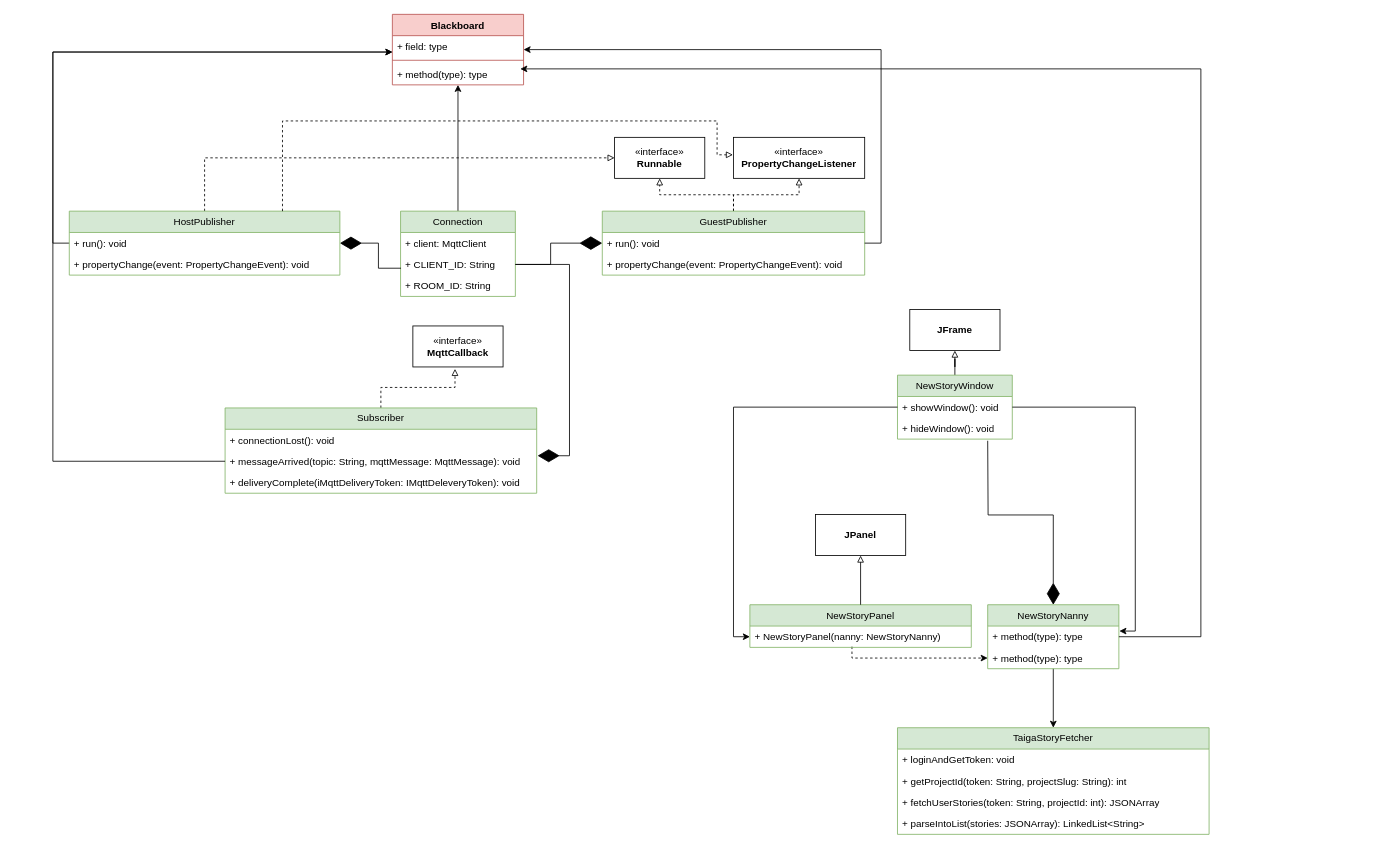
owen-mcmanus/A5-Poker keeps this draw.io diagram as PlanItPoker.drawio. Above is the earlier version. Source tidied: cells renumbered, new cells numbered last; positions are measured from the earlier drawing's top-left corner, leaving out a move shared by most shapes. Both pictures are drawn from the tidied source at 82%, with x=0, y=0 at pixel (52, 14).
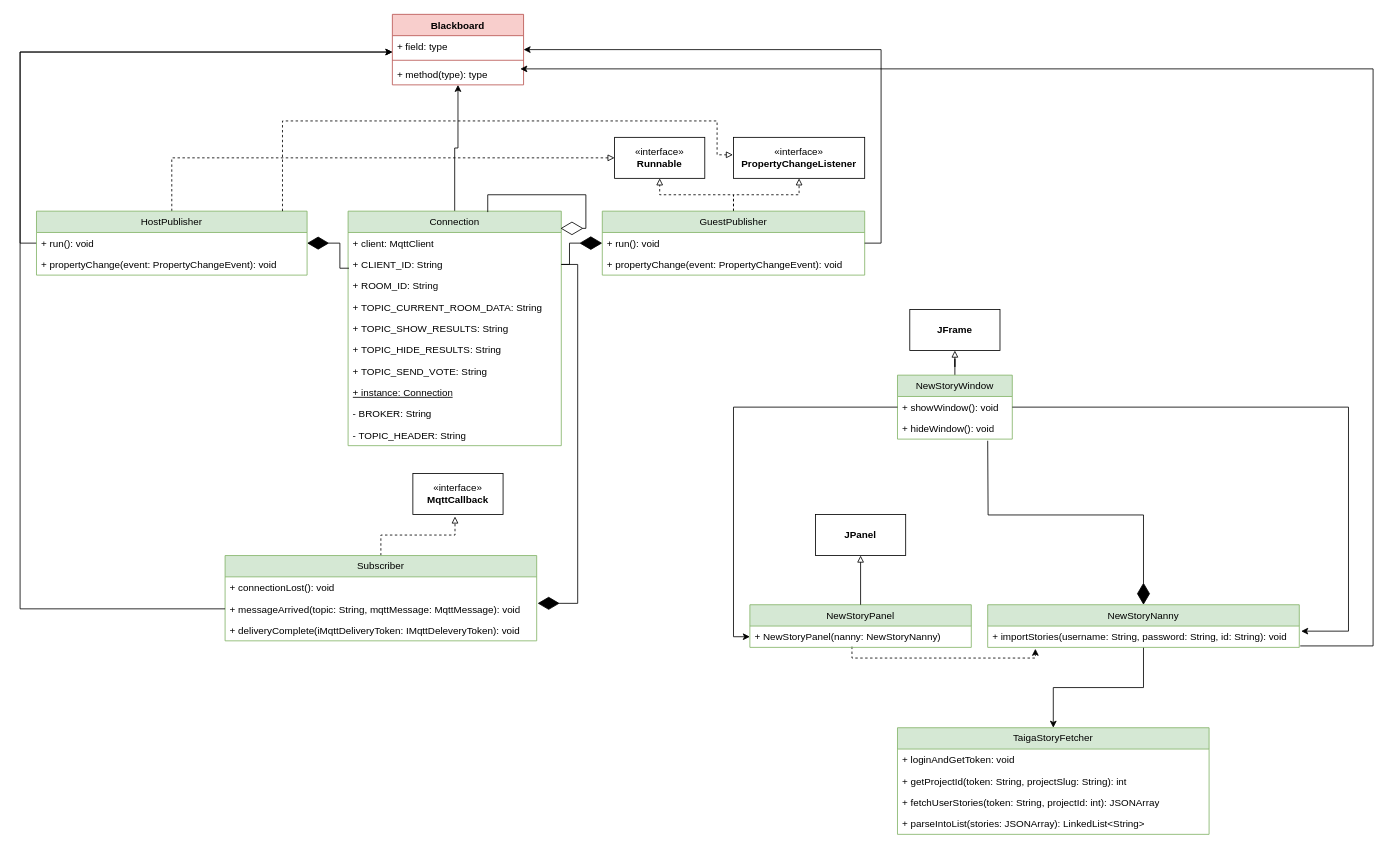
The same diagram, later.

Unchanged cells that the change refers to:
```xml
<mxCell id="26" value="+ messageArrived(topic: String, mqttMessage: MqttMessage): void" style="text;strokeColor=none;fillColor=none;align=left;verticalAlign=top;spacingLeft=4;spacingRight=4;overflow=hidden;points=[[0,0.5],[1,0.5]];portConstraint=eastwest;whiteSpace=wrap;html=1;" parent="24" vertex="1">
  <mxGeometry y="52" width="380" height="26" as="geometry" />
</mxCell>
<mxCell id="30" value="+ field: type" style="text;strokeColor=none;fillColor=none;align=left;verticalAlign=top;spacingLeft=4;spacingRight=4;overflow=hidden;points=[[0,0.5],[1,0.5]];portConstraint=eastwest;whiteSpace=wrap;html=1;" parent="29" vertex="1">
  <mxGeometry y="26" width="160" height="26" as="geometry" />
</mxCell>
<mxCell id="32" value="+ method(type): type" style="text;strokeColor=none;fillColor=none;align=left;verticalAlign=top;spacingLeft=4;spacingRight=4;overflow=hidden;points=[[0,0.5],[1,0.5]];portConstraint=eastwest;whiteSpace=wrap;html=1;" parent="29" vertex="1">
  <mxGeometry y="60" width="160" height="26" as="geometry" />
</mxCell>
<mxCell id="36" value="NewStoryWindow" style="swimlane;fontStyle=0;horizontal=1;startSize=26;fillColor=#d5e8d4;whiteSpace=wrap;html=1;strokeColor=#82b366;" parent="1" vertex="1">
  <mxGeometry x="1030" y="440" width="140" height="78" as="geometry" />
</mxCell>
<mxCell id="42" value="+ NewStoryPanel(nanny: NewStoryNanny)" style="text;strokeColor=none;fillColor=none;align=left;verticalAlign=top;spacingLeft=4;spacingRight=4;overflow=hidden;points=[[0,0.5],[1,0.5]];portConstraint=eastwest;whiteSpace=wrap;html=1;" parent="41" vertex="1">
  <mxGeometry y="26" width="270" height="26" as="geometry" />
</mxCell>
```

The edit, as a diff of the source:
```diff
@@
-    <mxCell id="3" value="Connection" style="swimlane;fontStyle=0;horizontal=1;startSize=26;fillColor=#d5e8d4;whiteSpace=wrap;html=1;strokeColor=#82b366;" parent="1" vertex="1">
-      <mxGeometry x="424" y="240" width="140" height="104" as="geometry" />
+    <mxCell id="3" value="Connection" style="swimlane;fontStyle=0;horizontal=1;startSize=26;fillColor=#d5e8d4;whiteSpace=wrap;html=1;strokeColor=#82b366;direction=east;" parent="1" vertex="1">
+      <mxGeometry x="360" y="240" width="260" height="286" as="geometry" />
     </mxCell>
     <mxCell id="4" value="+ client: MqttClient" style="text;strokeColor=none;fillColor=none;align=left;verticalAlign=top;spacingLeft=4;spacingRight=4;overflow=hidden;whiteSpace=wrap;html=1;" parent="3" vertex="1">
-      <mxGeometry y="26" width="140" height="26" as="geometry" />
+      <mxGeometry y="26" width="260" height="26" as="geometry" />
     </mxCell>
     <mxCell id="5" value="+ CLIENT_ID: String" style="text;strokeColor=none;fillColor=none;align=left;verticalAlign=top;spacingLeft=4;spacingRight=4;overflow=hidden;points=[[0,0.5],[1,0.5]];portConstraint=eastwest;whiteSpace=wrap;html=1;" parent="3" vertex="1">
-      <mxGeometry y="52" width="140" height="26" as="geometry" />
+      <mxGeometry y="52" width="260" height="26" as="geometry" />
     </mxCell>
     <mxCell id="6" value="&lt;div&gt;+ ROOM_ID: String&lt;/div&gt;" style="text;strokeColor=none;fillColor=none;align=left;verticalAlign=top;spacingLeft=4;spacingRight=4;overflow=hidden;whiteSpace=wrap;html=1;" parent="3" vertex="1">
-      <mxGeometry y="78" width="140" height="26" as="geometry" />
+      <mxGeometry y="78" width="260" height="26" as="geometry" />
     </mxCell>
+    <mxCell id="58" value="&lt;div&gt;+ TOPIC_CURRENT_ROOM_DATA: String&lt;/div&gt;" style="text;strokeColor=none;fillColor=none;align=left;verticalAlign=top;spacingLeft=4;spacingRight=4;overflow=hidden;whiteSpace=wrap;html=1;" parent="3" vertex="1">
+      <mxGeometry y="104" width="260" height="26" as="geometry" />
+    </mxCell>
+    <mxCell id="59" value="&lt;div&gt;+ TOPIC_SHOW_RESULTS: String&lt;/div&gt;" style="text;strokeColor=none;fillColor=none;align=left;verticalAlign=top;spacingLeft=4;spacingRight=4;overflow=hidden;whiteSpace=wrap;html=1;" parent="3" vertex="1">
+      <mxGeometry y="130" width="260" height="26" as="geometry" />
+    </mxCell>
+    <mxCell id="60" value="&lt;div&gt;+ TOPIC_HIDE_RESULTS: String&lt;/div&gt;" style="text;strokeColor=none;fillColor=none;align=left;verticalAlign=top;spacingLeft=4;spacingRight=4;overflow=hidden;whiteSpace=wrap;html=1;" parent="3" vertex="1">
+      <mxGeometry y="156" width="260" height="26" as="geometry" />
+    </mxCell>
+    <mxCell id="61" value="&lt;div&gt;+ TOPIC_SEND_VOTE: String&lt;/div&gt;" style="text;strokeColor=none;fillColor=none;align=left;verticalAlign=top;spacingLeft=4;spacingRight=4;overflow=hidden;whiteSpace=wrap;html=1;" parent="3" vertex="1">
+      <mxGeometry y="182" width="260" height="26" as="geometry" />
+    </mxCell>
+    <mxCell id="62" value="&lt;div&gt;&lt;u&gt;+ instance: Connection&lt;/u&gt;&lt;/div&gt;" style="text;strokeColor=none;fillColor=none;align=left;verticalAlign=top;spacingLeft=4;spacingRight=4;overflow=hidden;whiteSpace=wrap;html=1;" parent="3" vertex="1">
+      <mxGeometry y="208" width="260" height="26" as="geometry" />
+    </mxCell>
+    <mxCell id="63" value="&lt;div&gt;- BROKER: String&lt;/div&gt;" style="text;strokeColor=none;fillColor=none;align=left;verticalAlign=top;spacingLeft=4;spacingRight=4;overflow=hidden;whiteSpace=wrap;html=1;" parent="3" vertex="1">
+      <mxGeometry y="234" width="260" height="26" as="geometry" />
+    </mxCell>
+    <mxCell id="64" value="&lt;div&gt;- TOPIC_HEADER: String&lt;/div&gt;" style="text;strokeColor=none;fillColor=none;align=left;verticalAlign=top;spacingLeft=4;spacingRight=4;overflow=hidden;whiteSpace=wrap;html=1;" parent="3" vertex="1">
+      <mxGeometry y="260" width="260" height="26" as="geometry" />
+    </mxCell>
@@
     <mxCell id="18" value="HostPublisher" style="swimlane;fontStyle=0;horizontal=1;startSize=26;fillColor=#d5e8d4;whiteSpace=wrap;html=1;strokeColor=#82b366;" parent="1" vertex="1">
-      <mxGeometry x="20" y="240" width="330" height="78" as="geometry" />
+      <mxGeometry x="-20" y="240" width="330" height="78" as="geometry" />
     </mxCell>
@@
     <mxCell id="24" value="Subscriber" style="swimlane;fontStyle=0;horizontal=1;startSize=26;fillColor=#d5e8d4;whiteSpace=wrap;html=1;strokeColor=#82b366;" parent="1" vertex="1">
-      <mxGeometry x="210" y="480" width="380" height="104" as="geometry" />
+      <mxGeometry x="210" y="660" width="380" height="104" as="geometry" />
     </mxCell>
@@
     <mxCell id="28" value="«interface»&lt;br&gt;&lt;b&gt;MqttCallback&lt;/b&gt;" style="html=1;whiteSpace=wrap;" parent="1" vertex="1">
-      <mxGeometry x="439" y="380" width="110" height="50" as="geometry" />
+      <mxGeometry x="439" y="560" width="110" height="50" as="geometry" />
     </mxCell>
@@
     <mxCell id="34" style="edgeStyle=orthogonalEdgeStyle;rounded=0;jettySize=auto;html=1;entryX=0;entryY=0.769;entryDx=0;entryDy=0;entryPerimeter=0;exitX=0;exitY=0.5;exitDx=0;exitDy=0;" parent="1" edge="1" source="26" target="30">
       <mxGeometry relative="1" as="geometry">
         <Array as="points">
-          <mxPoint y="545" />
-          <mxPoint y="46" />
+          <mxPoint x="-40" y="725" />
+          <mxPoint x="-40" y="46" />
         </Array>
       </mxGeometry>
     </mxCell>
@@
-    <mxCell id="40" style="edgeStyle=orthogonalEdgeStyle;rounded=0;jettySize=auto;html=1;dashed=1;exitX=0.461;exitY=0.964;exitDx=0;exitDy=0;exitPerimeter=0;entryX=0;entryY=0.5;entryDx=0;entryDy=0;" parent="1" edge="1" source="42" target="47">
+    <mxCell id="40" style="edgeStyle=orthogonalEdgeStyle;rounded=0;jettySize=auto;html=1;dashed=1;exitX=0.461;exitY=0.964;exitDx=0;exitDy=0;exitPerimeter=0;entryX=0.153;entryY=1.064;entryDx=0;entryDy=0;entryPerimeter=0;" parent="1" edge="1" source="42" target="46">
       <mxGeometry relative="1" as="geometry">
         <Array as="points">
           <mxPoint x="975" y="785" />
+          <mxPoint x="1198" y="785" />
         </Array>
       </mxGeometry>
     </mxCell>
@@
     <mxCell id="45" value="&lt;div&gt;NewStoryNanny&lt;/div&gt;" style="swimlane;fontStyle=0;align=center;verticalAlign=top;horizontal=1;startSize=26;whiteSpace=wrap;html=1;fillColor=#d5e8d4;strokeColor=#82b366;" parent="1" vertex="1">
-      <mxGeometry x="1140" y="720" width="160" height="78" as="geometry" />
+      <mxGeometry x="1140" y="720" width="380" height="52" as="geometry" />
     </mxCell>
-    <mxCell id="46" value="+ method(type): type" style="text;strokeColor=none;fillColor=none;align=left;verticalAlign=top;spacingLeft=4;spacingRight=4;overflow=hidden;points=[[0,0.5],[1,0.5]];portConstraint=eastwest;whiteSpace=wrap;html=1;" parent="45" vertex="1">
-      <mxGeometry y="26" width="160" height="26" as="geometry" />
+    <mxCell id="46" value="+ importStories(username: String, password: String, id: String): void" style="text;strokeColor=none;fillColor=none;align=left;verticalAlign=top;spacingLeft=4;spacingRight=4;overflow=hidden;points=[[0,0.5],[1,0.5]];portConstraint=eastwest;whiteSpace=wrap;html=1;" parent="45" vertex="1">
+      <mxGeometry y="26" width="380" height="26" as="geometry" />
     </mxCell>
-    <mxCell id="47" value="+ method(type): type" style="text;strokeColor=none;fillColor=none;align=left;verticalAlign=top;spacingLeft=4;spacingRight=4;overflow=hidden;points=[[0,0.5],[1,0.5]];portConstraint=eastwest;whiteSpace=wrap;html=1;" parent="45" vertex="1">
-      <mxGeometry y="52" width="160" height="26" as="geometry" />
-    </mxCell>
@@
-    <mxCell id="51" style="edgeStyle=orthogonalEdgeStyle;rounded=0;jettySize=auto;html=1;entryX=1.004;entryY=0.233;entryDx=0;entryDy=0;entryPerimeter=0;exitX=1;exitY=0.5;exitDx=0;exitDy=0;" parent="1" edge="1" source="36">
+    <mxCell id="51" style="edgeStyle=orthogonalEdgeStyle;rounded=0;jettySize=auto;html=1;entryX=1.006;entryY=0.238;entryDx=0;entryDy=0;entryPerimeter=0;exitX=1;exitY=0.5;exitDx=0;exitDy=0;" parent="1" edge="1" source="36" target="46">
       <mxGeometry relative="1" as="geometry">
-        <mxPoint x="1300.6" y="752.1" as="targetPoint" />
         <Array as="points">
-          <mxPoint x="1320" y="479" />
-          <mxPoint x="1320" y="752" />
+          <mxPoint x="1580" y="479" />
+          <mxPoint x="1580" y="752" />
         </Array>
       </mxGeometry>
     </mxCell>
-    <mxCell id="52" style="edgeStyle=orthogonalEdgeStyle;rounded=0;jettySize=auto;html=1;entryX=0.975;entryY=0.25;entryDx=0;entryDy=0;entryPerimeter=0;" parent="1" edge="1" target="32">
+    <mxCell id="52" style="edgeStyle=orthogonalEdgeStyle;rounded=0;jettySize=auto;html=1;entryX=0.975;entryY=0.25;entryDx=0;entryDy=0;entryPerimeter=0;exitX=1.003;exitY=0.931;exitDx=0;exitDy=0;exitPerimeter=0;" parent="1" edge="1" source="46" target="32">
       <mxGeometry relative="1" as="geometry">
-        <mxPoint x="1300" y="759" as="sourcePoint" />
         <Array as="points">
-          <mxPoint x="1400" y="759" />
-          <mxPoint x="1400" y="67" />
+          <mxPoint x="1610" y="770" />
+          <mxPoint x="1610" y="67" />
         </Array>
       </mxGeometry>
     </mxCell>
@@
+    <mxCell id="65" style="edgeStyle=orthogonalEdgeStyle;rounded=0;jettySize=auto;html=1;endArrow=none;startFill=0;startArrow=diamondThin;strokeWidth=1;endSize=25;startSize=25;entryX=0.655;entryY=0.004;entryDx=0;entryDy=0;exitX=0.996;exitY=0.159;exitDx=0;exitDy=0;exitPerimeter=0;entryPerimeter=0;" parent="1" edge="1" target="3">
+      <mxGeometry relative="1" as="geometry">
+        <mxPoint x="619" y="261" as="sourcePoint" />
+        <Array as="points">
+          <mxPoint x="650" y="261" />
+          <mxPoint x="650" y="220" />
+          <mxPoint x="530" y="220" />
+          <mxPoint x="530" y="241" />
+        </Array>
+      </mxGeometry>
+    </mxCell>
```
